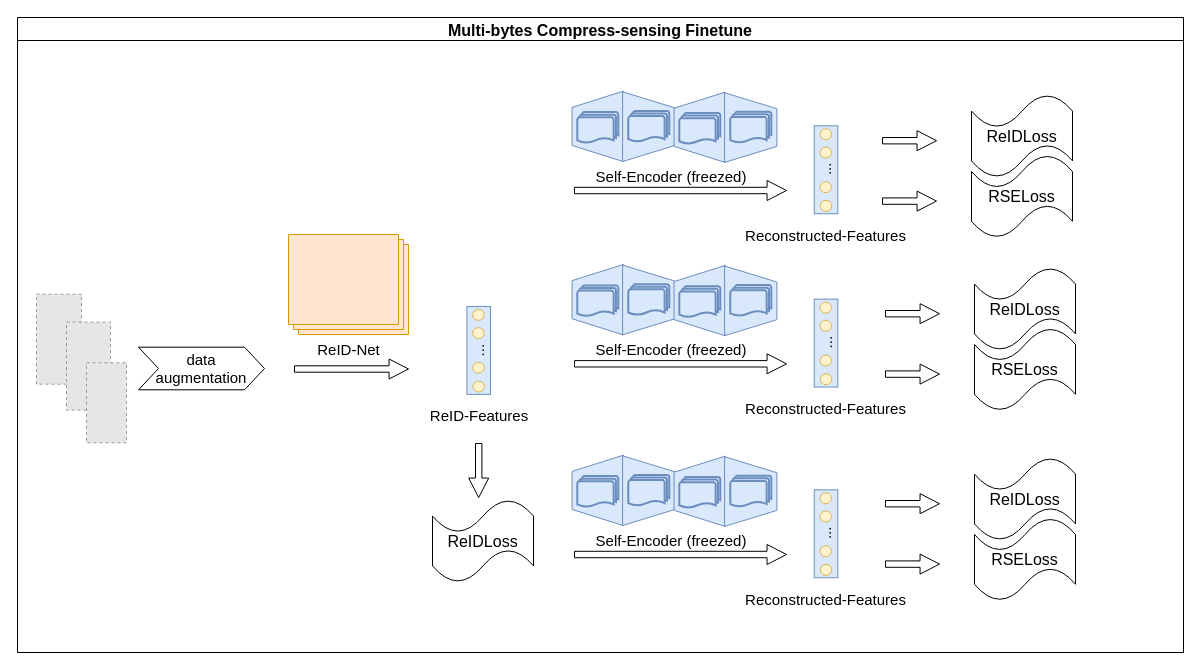
This is naic21.joint.ensemble.drawio from Wu-Xiang123/Hello-GItHub, a draw.io file, before an edit. Source tidied: cells renumbered, new cells numbered last; positions are measured from the earlier drawing's top-left corner, leaving out a move shared by most shapes. Both pictures are drawn from the tidied source at 100%, with x=0, y=0 at pixel (17, 17). Pictures stored in the file or linked from it are replaced by grey dashed boxes.
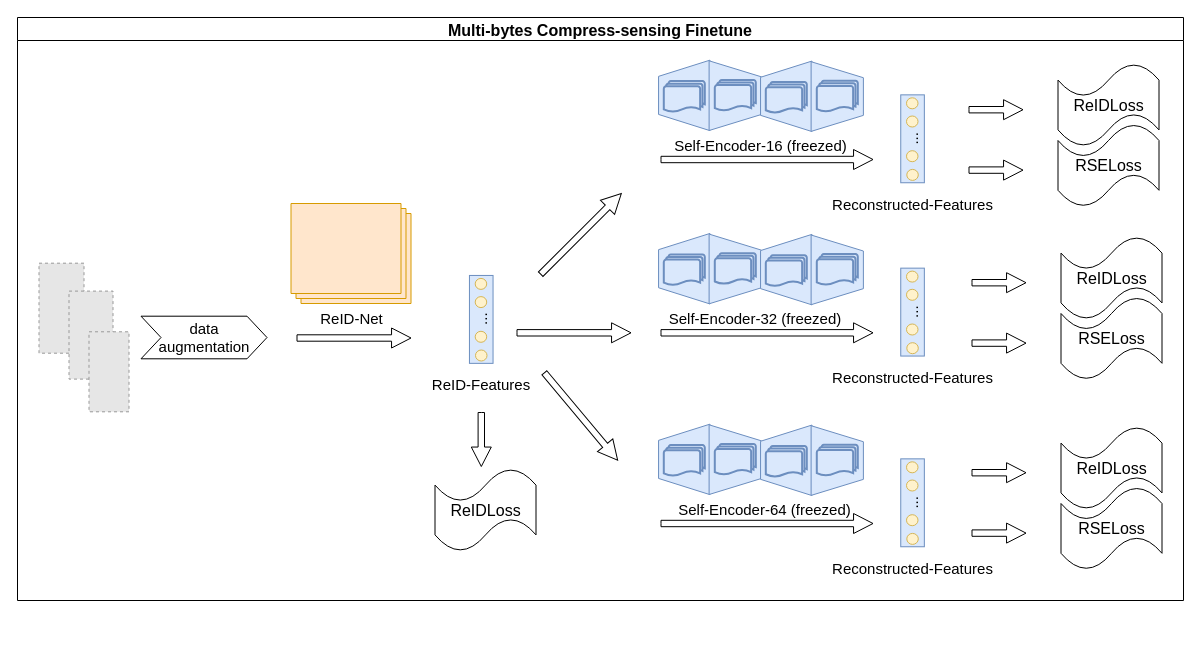
After the change.

The edit, as a diff of the source:
```diff
@@
     <mxCell id="2" value="Multi-bytes Compress-sensing Finetune" style="swimlane;fontSize=16;" parent="1" vertex="1">
-      <mxGeometry width="1166" height="635" as="geometry" />
+      <mxGeometry width="1166" height="583" as="geometry" />
     </mxCell>
     <mxCell id="3" style="fillColor=#E6E6E6;strokeColor=#999999;dashed=1;verticalLabelPosition=bottom;labelBackgroundColor=default;verticalAlign=top;fontSize=15;" parent="2" vertex="1">
-      <mxGeometry x="19" y="276.7" width="45" height="90" as="geometry" />
+      <mxGeometry x="21.5" y="245.7" width="45" height="90" as="geometry" />
     </mxCell>
     <mxCell id="4" style="fillColor=#E6E6E6;strokeColor=#999999;dashed=1;verticalLabelPosition=bottom;labelBackgroundColor=default;verticalAlign=top;fontSize=15;" parent="2" vertex="1">
-      <mxGeometry x="49" y="304.6" width="44" height="88" as="geometry" />
+      <mxGeometry x="51.5" y="273.6" width="44" height="88" as="geometry" />
     </mxCell>
     <mxCell id="5" style="fillColor=#E6E6E6;strokeColor=#999999;dashed=1;verticalLabelPosition=bottom;labelBackgroundColor=default;verticalAlign=top;fontSize=15;" parent="2" vertex="1">
-      <mxGeometry x="69" y="345.3" width="40" height="80" as="geometry" />
+      <mxGeometry x="71.5" y="314.3" width="40" height="80" as="geometry" />
     </mxCell>
     <mxCell id="6" value="ReID-Net" style="verticalLabelPosition=bottom;verticalAlign=top;html=1;shape=mxgraph.basic.layered_rect;dx=10;fillColor=#ffe6cc;strokeColor=#d79b00;fontSize=15;" parent="2" vertex="1">
-      <mxGeometry x="271" y="217" width="120" height="100" as="geometry" />
+      <mxGeometry x="273.5" y="186" width="120" height="100" as="geometry" />
     </mxCell>
     <mxCell id="7" value="&lt;font style=&quot;font-size: 15px; line-height: 1;&quot;&gt;ReID-Features&lt;br style=&quot;font-size: 15px;&quot;&gt;&lt;/font&gt;" style="text;html=1;align=center;verticalAlign=middle;whiteSpace=wrap;rounded=0;fontSize=15;" parent="2" vertex="1">
-      <mxGeometry x="406.5" y="383.3" width="109.5" height="30" as="geometry" />
+      <mxGeometry x="409" y="352.3" width="109.5" height="30" as="geometry" />
     </mxCell>
     <mxCell id="8" style="html=1;shadow=0;dashed=0;align=center;verticalAlign=middle;shape=mxgraph.arrows2.arrow;dy=0.68;dx=19.45;notch=0;fontSize=15;" parent="2" vertex="1">
-      <mxGeometry x="277" y="341.5" width="114" height="20" as="geometry" />
+      <mxGeometry x="279.5" y="310.5" width="114" height="20" as="geometry" />
     </mxCell>
     <mxCell id="9" value="data&lt;br style=&quot;font-size: 15px;&quot;&gt;augmentation" style="shape=step;perimeter=stepPerimeter;whiteSpace=wrap;html=1;fixedSize=1;fontSize=15;" parent="2" vertex="1">
-      <mxGeometry x="121" y="329.7" width="126" height="42.6" as="geometry" />
+      <mxGeometry x="123.5" y="298.7" width="126" height="42.6" as="geometry" />
     </mxCell>
     <mxCell id="10" style="group;fontSize=15;" parent="2" vertex="1">
-      <mxGeometry x="449.4" y="289" width="23.7" height="87.9" as="geometry" />
+      <mxGeometry x="451.9" y="258" width="23.7" height="87.9" as="geometry" />
     </mxCell>
@@
     <mxCell id="16" style="html=1;shadow=0;dashed=0;align=center;verticalAlign=middle;shape=mxgraph.arrows2.arrow;dy=0.68;dx=19.45;notch=0;fontSize=15;" parent="2" vertex="1">
-      <mxGeometry x="557" y="163" width="212" height="20" as="geometry" />
+      <mxGeometry x="643.5" y="132" width="212" height="20" as="geometry" />
     </mxCell>
     <mxCell id="17" style="verticalLabelPosition=middle;verticalAlign=middle;html=1;shape=trapezoid;perimeter=trapezoidPerimeter;whiteSpace=wrap;size=0.23;arcSize=10;flipV=1;labelPosition=center;align=center;rotation=90;fontSize=15;fillColor=#dae8fc;strokeColor=#6c8ebf;" parent="2" vertex="1">
-      <mxGeometry x="545" y="83.2" width="70.5" height="51.4" as="geometry" />
+      <mxGeometry x="631.5" y="52.2" width="70.5" height="51.4" as="geometry" />
     </mxCell>
     <mxCell id="18" style="strokeWidth=2;html=1;shape=mxgraph.flowchart.multi-document;whiteSpace=wrap;fontSize=15;fillColor=#dae8fc;strokeColor=#6c8ebf;" parent="2" vertex="1">
-      <mxGeometry x="559.8" y="94.6" width="41" height="31" as="geometry" />
+      <mxGeometry x="646.3" y="63.6" width="41" height="31" as="geometry" />
     </mxCell>
     <mxCell id="19" style="verticalLabelPosition=middle;verticalAlign=middle;html=1;shape=trapezoid;perimeter=trapezoidPerimeter;whiteSpace=wrap;size=0.23;arcSize=10;flipV=1;labelPosition=center;align=center;rotation=-90;fontSize=15;fillColor=#dae8fc;strokeColor=#6c8ebf;" parent="2" vertex="1">
-      <mxGeometry x="596.4" y="83" width="69.7" height="52.3" as="geometry" />
+      <mxGeometry x="682.9" y="52" width="69.7" height="52.3" as="geometry" />
     </mxCell>
     <mxCell id="20" style="strokeWidth=2;html=1;shape=mxgraph.flowchart.multi-document;whiteSpace=wrap;fontSize=15;fillColor=#dae8fc;strokeColor=#6c8ebf;" parent="2" vertex="1">
-      <mxGeometry x="610.8" y="93.4" width="41" height="31" as="geometry" />
+      <mxGeometry x="697.3" y="62.4" width="41" height="31" as="geometry" />
     </mxCell>
     <mxCell id="21" style="verticalLabelPosition=middle;verticalAlign=middle;html=1;shape=trapezoid;perimeter=trapezoidPerimeter;whiteSpace=wrap;size=0.23;arcSize=10;flipV=1;labelPosition=center;align=center;rotation=90;fontSize=15;fillColor=#dae8fc;strokeColor=#6c8ebf;" parent="2" vertex="1">
-      <mxGeometry x="647" y="84.1" width="70.5" height="51.4" as="geometry" />
+      <mxGeometry x="733.5" y="53.1" width="70.5" height="51.4" as="geometry" />
     </mxCell>
     <mxCell id="22" style="strokeWidth=2;html=1;shape=mxgraph.flowchart.multi-document;whiteSpace=wrap;fontSize=15;fillColor=#dae8fc;strokeColor=#6c8ebf;" parent="2" vertex="1">
-      <mxGeometry x="661.8" y="95.5" width="41" height="31" as="geometry" />
+      <mxGeometry x="748.3" y="64.5" width="41" height="31" as="geometry" />
     </mxCell>
     <mxCell id="23" style="verticalLabelPosition=middle;verticalAlign=middle;html=1;shape=trapezoid;perimeter=trapezoidPerimeter;whiteSpace=wrap;size=0.23;arcSize=10;flipV=1;labelPosition=center;align=center;rotation=-90;fontSize=15;fillColor=#dae8fc;strokeColor=#6c8ebf;" parent="2" vertex="1">
-      <mxGeometry x="698.4" y="83.9" width="69.7" height="52.3" as="geometry" />
+      <mxGeometry x="784.9" y="52.9" width="69.7" height="52.3" as="geometry" />
     </mxCell>
     <mxCell id="24" style="strokeWidth=2;html=1;shape=mxgraph.flowchart.multi-document;whiteSpace=wrap;fontSize=15;fillColor=#dae8fc;strokeColor=#6c8ebf;" parent="2" vertex="1">
-      <mxGeometry x="712.8" y="94.3" width="41" height="31" as="geometry" />
+      <mxGeometry x="799.3" y="63.3" width="41" height="31" as="geometry" />
     </mxCell>
-    <mxCell id="25" value="&lt;font style=&quot;font-size: 15px; line-height: 1;&quot;&gt;Self-Encoder (freezed)&lt;br style=&quot;font-size: 15px;&quot;&gt;&lt;/font&gt;" style="text;html=1;align=center;verticalAlign=middle;whiteSpace=wrap;rounded=0;fontSize=15;" parent="2" vertex="1">
-      <mxGeometry x="573" y="144" width="162.2" height="30" as="geometry" />
+    <mxCell id="25" value="&lt;font style=&quot;font-size: 15px; line-height: 1;&quot;&gt;Self-Encoder-16 (freezed)&lt;br style=&quot;font-size: 15px;&quot;&gt;&lt;/font&gt;" style="text;html=1;align=center;verticalAlign=middle;whiteSpace=wrap;rounded=0;fontSize=15;" parent="2" vertex="1">
+      <mxGeometry x="654" y="113" width="179" height="30" as="geometry" />
     </mxCell>
     <mxCell id="26" value="&lt;font style=&quot;font-size: 15px; line-height: 1;&quot;&gt;Reconstructed-Features&lt;br style=&quot;font-size: 15px;&quot;&gt;&lt;/font&gt;" style="text;html=1;align=center;verticalAlign=middle;whiteSpace=wrap;rounded=0;fontSize=15;" parent="2" vertex="1">
-      <mxGeometry x="726" y="202.7" width="165" height="30" as="geometry" />
+      <mxGeometry x="812.5" y="171.7" width="165" height="30" as="geometry" />
     </mxCell>
     <mxCell id="27" style="group;fontSize=15;" parent="2" vertex="1">
-      <mxGeometry x="796.7" y="108.4" width="23.7" height="87.9" as="geometry" />
+      <mxGeometry x="883.2" y="77.4" width="23.7" height="87.9" as="geometry" />
     </mxCell>
@@
     <mxCell id="33" style="html=1;shadow=0;dashed=0;align=center;verticalAlign=middle;shape=mxgraph.arrows2.arrow;dy=0.68;dx=19.45;notch=0;fontSize=15;rotation=90;" parent="2" vertex="1">
-      <mxGeometry x="434.2" y="443" width="54" height="20" as="geometry" />
+      <mxGeometry x="436.8" y="412" width="54" height="20" as="geometry" />
     </mxCell>
     <mxCell id="34" value="&lt;font style=&quot;font-size: 16px;&quot;&gt;ReIDLoss&lt;/font&gt;" style="shape=tape;whiteSpace=wrap;html=1;" parent="2" vertex="1">
-      <mxGeometry x="415" y="482" width="101" height="83" as="geometry" />
+      <mxGeometry x="417.5" y="451" width="101" height="83" as="geometry" />
     </mxCell>
     <mxCell id="35" style="html=1;shadow=0;dashed=0;align=center;verticalAlign=middle;shape=mxgraph.arrows2.arrow;dy=0.68;dx=19.45;notch=0;fontSize=15;rotation=0;" parent="2" vertex="1">
-      <mxGeometry x="865" y="173.6" width="54" height="20" as="geometry" />
+      <mxGeometry x="951.5" y="142.6" width="54" height="20" as="geometry" />
     </mxCell>
     <mxCell id="36" value="&lt;font style=&quot;font-size: 16px;&quot;&gt;RSELoss&lt;/font&gt;" style="shape=tape;whiteSpace=wrap;html=1;" parent="2" vertex="1">
-      <mxGeometry x="954" y="137.4" width="101" height="83" as="geometry" />
+      <mxGeometry x="1040.5" y="106.4" width="101" height="83" as="geometry" />
     </mxCell>
     <mxCell id="37" style="html=1;shadow=0;dashed=0;align=center;verticalAlign=middle;shape=mxgraph.arrows2.arrow;dy=0.68;dx=19.45;notch=0;fontSize=15;rotation=0;" parent="2" vertex="1">
-      <mxGeometry x="865" y="113.2" width="54" height="20" as="geometry" />
+      <mxGeometry x="951.5" y="82.2" width="54" height="20" as="geometry" />
     </mxCell>
     <mxCell id="38" value="&lt;font style=&quot;font-size: 16px;&quot;&gt;ReIDLoss&lt;/font&gt;" style="shape=tape;whiteSpace=wrap;html=1;" parent="2" vertex="1">
-      <mxGeometry x="954" y="77" width="101" height="83" as="geometry" />
+      <mxGeometry x="1040.5" y="46" width="101" height="83" as="geometry" />
     </mxCell>
     <mxCell id="39" style="html=1;shadow=0;dashed=0;align=center;verticalAlign=middle;shape=mxgraph.arrows2.arrow;dy=0.68;dx=19.45;notch=0;fontSize=15;" parent="2" vertex="1">
-      <mxGeometry x="557" y="336.3" width="212" height="20" as="geometry" />
+      <mxGeometry x="643.5" y="305.3" width="212" height="20" as="geometry" />
     </mxCell>
     <mxCell id="40" style="verticalLabelPosition=middle;verticalAlign=middle;html=1;shape=trapezoid;perimeter=trapezoidPerimeter;whiteSpace=wrap;size=0.23;arcSize=10;flipV=1;labelPosition=center;align=center;rotation=90;fontSize=15;fillColor=#dae8fc;strokeColor=#6c8ebf;" parent="2" vertex="1">
-      <mxGeometry x="545" y="256.5" width="70.5" height="51.4" as="geometry" />
+      <mxGeometry x="631.5" y="225.5" width="70.5" height="51.4" as="geometry" />
     </mxCell>
     <mxCell id="41" style="strokeWidth=2;html=1;shape=mxgraph.flowchart.multi-document;whiteSpace=wrap;fontSize=15;fillColor=#dae8fc;strokeColor=#6c8ebf;" parent="2" vertex="1">
-      <mxGeometry x="559.8" y="267.9" width="41" height="31" as="geometry" />
+      <mxGeometry x="646.3" y="236.9" width="41" height="31" as="geometry" />
     </mxCell>
     <mxCell id="42" style="verticalLabelPosition=middle;verticalAlign=middle;html=1;shape=trapezoid;perimeter=trapezoidPerimeter;whiteSpace=wrap;size=0.23;arcSize=10;flipV=1;labelPosition=center;align=center;rotation=-90;fontSize=15;fillColor=#dae8fc;strokeColor=#6c8ebf;" parent="2" vertex="1">
-      <mxGeometry x="596.4" y="256.3" width="69.7" height="52.3" as="geometry" />
+      <mxGeometry x="682.9" y="225.3" width="69.7" height="52.3" as="geometry" />
     </mxCell>
     <mxCell id="43" style="strokeWidth=2;html=1;shape=mxgraph.flowchart.multi-document;whiteSpace=wrap;fontSize=15;fillColor=#dae8fc;strokeColor=#6c8ebf;" parent="2" vertex="1">
-      <mxGeometry x="610.8" y="266.7" width="41" height="31" as="geometry" />
+      <mxGeometry x="697.3" y="235.7" width="41" height="31" as="geometry" />
     </mxCell>
     <mxCell id="44" style="verticalLabelPosition=middle;verticalAlign=middle;html=1;shape=trapezoid;perimeter=trapezoidPerimeter;whiteSpace=wrap;size=0.23;arcSize=10;flipV=1;labelPosition=center;align=center;rotation=90;fontSize=15;fillColor=#dae8fc;strokeColor=#6c8ebf;" parent="2" vertex="1">
-      <mxGeometry x="647" y="257.4" width="70.5" height="51.4" as="geometry" />
+      <mxGeometry x="733.5" y="226.4" width="70.5" height="51.4" as="geometry" />
     </mxCell>
     <mxCell id="45" style="strokeWidth=2;html=1;shape=mxgraph.flowchart.multi-document;whiteSpace=wrap;fontSize=15;fillColor=#dae8fc;strokeColor=#6c8ebf;" parent="2" vertex="1">
-      <mxGeometry x="661.8" y="268.8" width="41" height="31" as="geometry" />
+      <mxGeometry x="748.3" y="237.8" width="41" height="31" as="geometry" />
     </mxCell>
     <mxCell id="46" style="verticalLabelPosition=middle;verticalAlign=middle;html=1;shape=trapezoid;perimeter=trapezoidPerimeter;whiteSpace=wrap;size=0.23;arcSize=10;flipV=1;labelPosition=center;align=center;rotation=-90;fontSize=15;fillColor=#dae8fc;strokeColor=#6c8ebf;" parent="2" vertex="1">
-      <mxGeometry x="698.4" y="257.2" width="69.7" height="52.3" as="geometry" />
+      <mxGeometry x="784.9" y="226.2" width="69.7" height="52.3" as="geometry" />
     </mxCell>
     <mxCell id="47" style="strokeWidth=2;html=1;shape=mxgraph.flowchart.multi-document;whiteSpace=wrap;fontSize=15;fillColor=#dae8fc;strokeColor=#6c8ebf;" parent="2" vertex="1">
-      <mxGeometry x="712.8" y="267.6" width="41" height="31" as="geometry" />
+      <mxGeometry x="799.3" y="236.6" width="41" height="31" as="geometry" />
     </mxCell>
-    <mxCell id="48" value="&lt;font style=&quot;font-size: 15px; line-height: 1;&quot;&gt;Self-Encoder (freezed)&lt;br style=&quot;font-size: 15px;&quot;&gt;&lt;/font&gt;" style="text;html=1;align=center;verticalAlign=middle;whiteSpace=wrap;rounded=0;fontSize=15;" parent="2" vertex="1">
-      <mxGeometry x="573" y="317.3" width="162.2" height="30" as="geometry" />
+    <mxCell id="48" value="&lt;font style=&quot;font-size: 15px; line-height: 1;&quot;&gt;Self-Encoder-32 (freezed)&lt;br style=&quot;font-size: 15px;&quot;&gt;&lt;/font&gt;" style="text;html=1;align=center;verticalAlign=middle;whiteSpace=wrap;rounded=0;fontSize=15;" parent="2" vertex="1">
+      <mxGeometry x="643" y="286.3" width="190" height="30" as="geometry" />
     </mxCell>
     <mxCell id="49" value="&lt;font style=&quot;font-size: 15px; line-height: 1;&quot;&gt;Reconstructed-Features&lt;br style=&quot;font-size: 15px;&quot;&gt;&lt;/font&gt;" style="text;html=1;align=center;verticalAlign=middle;whiteSpace=wrap;rounded=0;fontSize=15;" parent="2" vertex="1">
-      <mxGeometry x="726" y="376" width="165" height="30" as="geometry" />
+      <mxGeometry x="812.5" y="345" width="165" height="30" as="geometry" />
     </mxCell>
     <mxCell id="50" style="group;fontSize=15;" parent="2" vertex="1">
-      <mxGeometry x="796.7" y="281.7" width="23.7" height="87.9" as="geometry" />
+      <mxGeometry x="883.2" y="250.7" width="23.7" height="87.9" as="geometry" />
     </mxCell>
@@
     <mxCell id="56" style="html=1;shadow=0;dashed=0;align=center;verticalAlign=middle;shape=mxgraph.arrows2.arrow;dy=0.68;dx=19.45;notch=0;fontSize=15;rotation=0;" parent="2" vertex="1">
-      <mxGeometry x="868" y="346.6" width="54" height="20" as="geometry" />
+      <mxGeometry x="954.5" y="315.6" width="54" height="20" as="geometry" />
     </mxCell>
     <mxCell id="57" value="&lt;font style=&quot;font-size: 16px;&quot;&gt;RSELoss&lt;/font&gt;" style="shape=tape;whiteSpace=wrap;html=1;" parent="2" vertex="1">
-      <mxGeometry x="957" y="310.4" width="101" height="83" as="geometry" />
+      <mxGeometry x="1043.5" y="279.4" width="101" height="83" as="geometry" />
     </mxCell>
     <mxCell id="58" style="html=1;shadow=0;dashed=0;align=center;verticalAlign=middle;shape=mxgraph.arrows2.arrow;dy=0.68;dx=19.45;notch=0;fontSize=15;rotation=0;" parent="2" vertex="1">
-      <mxGeometry x="868" y="286.2" width="54" height="20" as="geometry" />
+      <mxGeometry x="954.5" y="255.2" width="54" height="20" as="geometry" />
     </mxCell>
     <mxCell id="59" value="&lt;font style=&quot;font-size: 16px;&quot;&gt;ReIDLoss&lt;/font&gt;" style="shape=tape;whiteSpace=wrap;html=1;" parent="2" vertex="1">
-      <mxGeometry x="957" y="250" width="101" height="83" as="geometry" />
+      <mxGeometry x="1043.5" y="219" width="101" height="83" as="geometry" />
     </mxCell>
     <mxCell id="60" style="html=1;shadow=0;dashed=0;align=center;verticalAlign=middle;shape=mxgraph.arrows2.arrow;dy=0.68;dx=19.45;notch=0;fontSize=15;" parent="2" vertex="1">
-      <mxGeometry x="557" y="527" width="212" height="20" as="geometry" />
+      <mxGeometry x="643.5" y="496" width="212" height="20" as="geometry" />
     </mxCell>
     <mxCell id="61" style="verticalLabelPosition=middle;verticalAlign=middle;html=1;shape=trapezoid;perimeter=trapezoidPerimeter;whiteSpace=wrap;size=0.23;arcSize=10;flipV=1;labelPosition=center;align=center;rotation=90;fontSize=15;fillColor=#dae8fc;strokeColor=#6c8ebf;" parent="2" vertex="1">
-      <mxGeometry x="545" y="447.2" width="70.5" height="51.4" as="geometry" />
+      <mxGeometry x="631.5" y="416.2" width="70.5" height="51.4" as="geometry" />
     </mxCell>
     <mxCell id="62" style="strokeWidth=2;html=1;shape=mxgraph.flowchart.multi-document;whiteSpace=wrap;fontSize=15;fillColor=#dae8fc;strokeColor=#6c8ebf;" parent="2" vertex="1">
-      <mxGeometry x="559.8" y="458.6" width="41" height="31" as="geometry" />
+      <mxGeometry x="646.3" y="427.6" width="41" height="31" as="geometry" />
     </mxCell>
     <mxCell id="63" style="verticalLabelPosition=middle;verticalAlign=middle;html=1;shape=trapezoid;perimeter=trapezoidPerimeter;whiteSpace=wrap;size=0.23;arcSize=10;flipV=1;labelPosition=center;align=center;rotation=-90;fontSize=15;fillColor=#dae8fc;strokeColor=#6c8ebf;" parent="2" vertex="1">
-      <mxGeometry x="596.4" y="447" width="69.7" height="52.3" as="geometry" />
+      <mxGeometry x="682.9" y="416" width="69.7" height="52.3" as="geometry" />
     </mxCell>
     <mxCell id="64" style="strokeWidth=2;html=1;shape=mxgraph.flowchart.multi-document;whiteSpace=wrap;fontSize=15;fillColor=#dae8fc;strokeColor=#6c8ebf;" parent="2" vertex="1">
-      <mxGeometry x="610.8" y="457.4" width="41" height="31" as="geometry" />
+      <mxGeometry x="697.3" y="426.4" width="41" height="31" as="geometry" />
     </mxCell>
     <mxCell id="65" style="verticalLabelPosition=middle;verticalAlign=middle;html=1;shape=trapezoid;perimeter=trapezoidPerimeter;whiteSpace=wrap;size=0.23;arcSize=10;flipV=1;labelPosition=center;align=center;rotation=90;fontSize=15;fillColor=#dae8fc;strokeColor=#6c8ebf;" parent="2" vertex="1">
-      <mxGeometry x="647" y="448.1" width="70.5" height="51.4" as="geometry" />
+      <mxGeometry x="733.5" y="417.1" width="70.5" height="51.4" as="geometry" />
     </mxCell>
     <mxCell id="66" style="strokeWidth=2;html=1;shape=mxgraph.flowchart.multi-document;whiteSpace=wrap;fontSize=15;fillColor=#dae8fc;strokeColor=#6c8ebf;" parent="2" vertex="1">
-      <mxGeometry x="661.8" y="459.5" width="41" height="31" as="geometry" />
+      <mxGeometry x="748.3" y="428.5" width="41" height="31" as="geometry" />
     </mxCell>
     <mxCell id="67" style="verticalLabelPosition=middle;verticalAlign=middle;html=1;shape=trapezoid;perimeter=trapezoidPerimeter;whiteSpace=wrap;size=0.23;arcSize=10;flipV=1;labelPosition=center;align=center;rotation=-90;fontSize=15;fillColor=#dae8fc;strokeColor=#6c8ebf;" parent="2" vertex="1">
-      <mxGeometry x="698.4" y="447.9" width="69.7" height="52.3" as="geometry" />
+      <mxGeometry x="784.9" y="416.9" width="69.7" height="52.3" as="geometry" />
     </mxCell>
     <mxCell id="68" style="strokeWidth=2;html=1;shape=mxgraph.flowchart.multi-document;whiteSpace=wrap;fontSize=15;fillColor=#dae8fc;strokeColor=#6c8ebf;" parent="2" vertex="1">
-      <mxGeometry x="712.8" y="458.3" width="41" height="31" as="geometry" />
+      <mxGeometry x="799.3" y="427.3" width="41" height="31" as="geometry" />
     </mxCell>
-    <mxCell id="69" value="&lt;font style=&quot;font-size: 15px; line-height: 1;&quot;&gt;Self-Encoder (freezed)&lt;br style=&quot;font-size: 15px;&quot;&gt;&lt;/font&gt;" style="text;html=1;align=center;verticalAlign=middle;whiteSpace=wrap;rounded=0;fontSize=15;" parent="2" vertex="1">
-      <mxGeometry x="573" y="508" width="162.2" height="30" as="geometry" />
+    <mxCell id="69" value="&lt;font style=&quot;font-size: 15px; line-height: 1;&quot;&gt;Self-Encoder-64 (freezed)&lt;br style=&quot;font-size: 15px;&quot;&gt;&lt;/font&gt;" style="text;html=1;align=center;verticalAlign=middle;whiteSpace=wrap;rounded=0;fontSize=15;" parent="2" vertex="1">
+      <mxGeometry x="659.5" y="477" width="174.5" height="30" as="geometry" />
     </mxCell>
     <mxCell id="70" value="&lt;font style=&quot;font-size: 15px; line-height: 1;&quot;&gt;Reconstructed-Features&lt;br style=&quot;font-size: 15px;&quot;&gt;&lt;/font&gt;" style="text;html=1;align=center;verticalAlign=middle;whiteSpace=wrap;rounded=0;fontSize=15;" parent="2" vertex="1">
-      <mxGeometry x="726" y="566.7" width="165" height="30" as="geometry" />
+      <mxGeometry x="812.5" y="535.7" width="165" height="30" as="geometry" />
     </mxCell>
     <mxCell id="71" style="group;fontSize=15;" parent="2" vertex="1">
-      <mxGeometry x="796.7" y="472.4" width="23.7" height="87.9" as="geometry" />
+      <mxGeometry x="883.2" y="441.4" width="23.7" height="87.9" as="geometry" />
     </mxCell>
@@
     <mxCell id="77" style="html=1;shadow=0;dashed=0;align=center;verticalAlign=middle;shape=mxgraph.arrows2.arrow;dy=0.68;dx=19.45;notch=0;fontSize=15;rotation=0;" parent="2" vertex="1">
-      <mxGeometry x="868" y="536.6" width="54" height="20" as="geometry" />
+      <mxGeometry x="954.5" y="505.6" width="54" height="20" as="geometry" />
     </mxCell>
     <mxCell id="78" value="&lt;font style=&quot;font-size: 16px;&quot;&gt;RSELoss&lt;/font&gt;" style="shape=tape;whiteSpace=wrap;html=1;" parent="2" vertex="1">
-      <mxGeometry x="957" y="500.4" width="101" height="83" as="geometry" />
+      <mxGeometry x="1043.5" y="469.4" width="101" height="83" as="geometry" />
     </mxCell>
     <mxCell id="79" style="html=1;shadow=0;dashed=0;align=center;verticalAlign=middle;shape=mxgraph.arrows2.arrow;dy=0.68;dx=19.45;notch=0;fontSize=15;rotation=0;" parent="2" vertex="1">
-      <mxGeometry x="868" y="476.2" width="54" height="20" as="geometry" />
+      <mxGeometry x="954.5" y="445.2" width="54" height="20" as="geometry" />
     </mxCell>
     <mxCell id="80" value="&lt;font style=&quot;font-size: 16px;&quot;&gt;ReIDLoss&lt;/font&gt;" style="shape=tape;whiteSpace=wrap;html=1;" parent="2" vertex="1">
-      <mxGeometry x="957" y="440" width="101" height="83" as="geometry" />
+      <mxGeometry x="1043.5" y="409" width="101" height="83" as="geometry" />
     </mxCell>
+    <mxCell id="81" style="html=1;shadow=0;dashed=0;align=center;verticalAlign=middle;shape=mxgraph.arrows2.arrow;dy=0.68;dx=19.45;notch=0;fontSize=15;rotation=-45;" parent="2" vertex="1">
+      <mxGeometry x="506.5" y="206.4" width="114" height="20" as="geometry" />
+    </mxCell>
+    <mxCell id="82" style="html=1;shadow=0;dashed=0;align=center;verticalAlign=middle;shape=mxgraph.arrows2.arrow;dy=0.68;dx=19.45;notch=0;fontSize=15;" parent="2" vertex="1">
+      <mxGeometry x="499.5" y="305.3" width="114" height="20" as="geometry" />
+    </mxCell>
+    <mxCell id="83" style="html=1;shadow=0;dashed=0;align=center;verticalAlign=middle;shape=mxgraph.arrows2.arrow;dy=0.68;dx=19.45;notch=0;fontSize=15;rotation=50;" parent="2" vertex="1">
+      <mxGeometry x="506.5" y="389" width="114" height="20" as="geometry" />
+    </mxCell>
```
